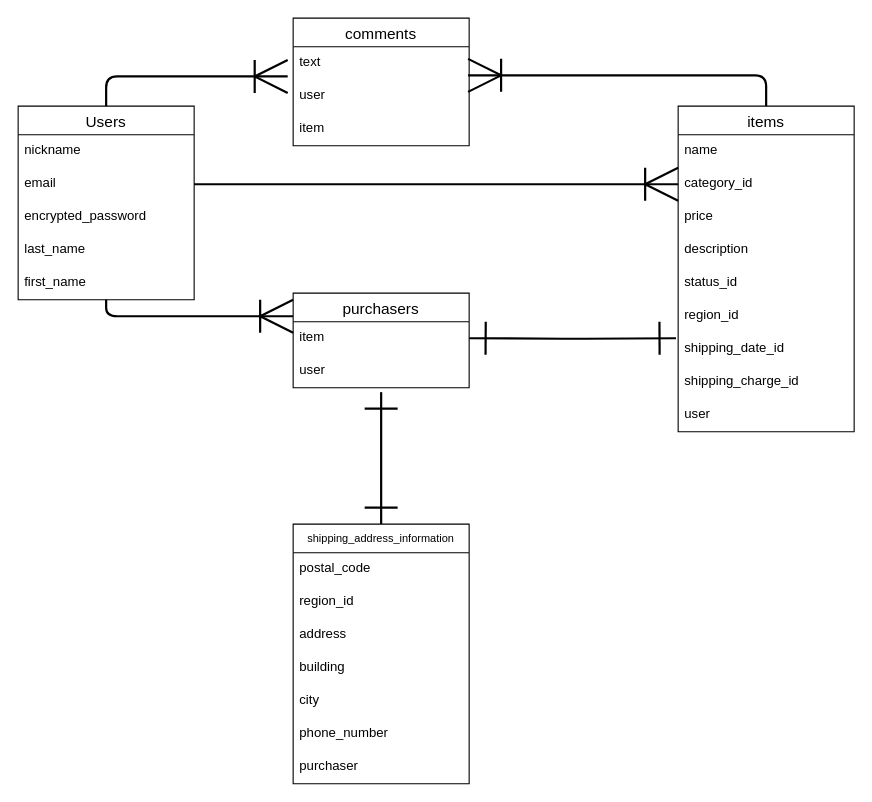
takumikomatsu/furima-38378 keeps this draw.io diagram as furima-28278.dio. Above is the earlier version. Source tidied: cells renumbered, new cells numbered last; positions are measured from the earlier drawing's top-left corner, leaving out a move shared by most shapes. Both pictures are drawn from the tidied source at 110%, with x=0, y=0 at pixel (18, 18).
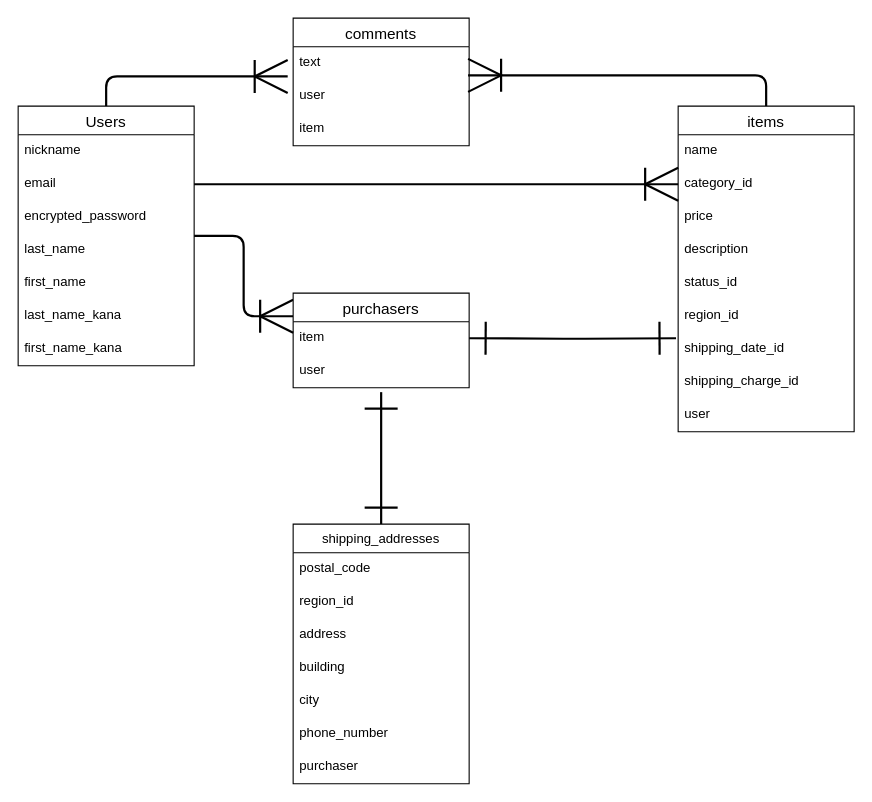
The same page after the edit.

Commit message (it also covers changes not shown here):
データベース設計の修正

The edit, as a diff of the source:
```diff
@@
     <mxCell id="4" value="Users" style="swimlane;fontStyle=0;horizontal=1;startSize=26;align=center;fontSize=14;" parent="1" vertex="1">
-      <mxGeometry y="80" width="160" height="176" as="geometry" />
+      <mxGeometry y="80" width="160" height="236" as="geometry" />
     </mxCell>
@@
+    <mxCell id="39" value="first_name" style="text;strokeColor=none;fillColor=none;spacingLeft=4;spacingRight=4;overflow=hidden;fontSize=12;" parent="4" vertex="1">
+      <mxGeometry y="146" width="160" height="30" as="geometry" />
+    </mxCell>
+    <mxCell id="40" value="last_name_kana" style="text;strokeColor=none;fillColor=none;spacingLeft=4;spacingRight=4;overflow=hidden;fontSize=12;" parent="4" vertex="1">
+      <mxGeometry y="176" width="160" height="30" as="geometry" />
+    </mxCell>
-    <mxCell id="9" value="first_name" style="text;strokeColor=none;fillColor=none;spacingLeft=4;spacingRight=4;overflow=hidden;fontSize=12;" parent="4" vertex="1">
-      <mxGeometry y="146" width="160" height="30" as="geometry" />
+    <mxCell id="9" value="first_name_kana" style="text;strokeColor=none;fillColor=none;spacingLeft=4;spacingRight=4;overflow=hidden;fontSize=12;" parent="4" vertex="1">
+      <mxGeometry y="206" width="160" height="30" as="geometry" />
     </mxCell>
@@
-    <mxCell id="26" value="shipping_address_information" style="swimlane;fontStyle=0;horizontal=1;startSize=26;align=center;fontSize=10;" parent="1" vertex="1">
+    <mxCell id="26" value="shipping_addresses" style="swimlane;fontStyle=0;horizontal=1;startSize=26;align=center;fontSize=12;" parent="1" vertex="1">
       <mxGeometry x="250" y="460" width="160" height="236" as="geometry" />
     </mxCell>
```
